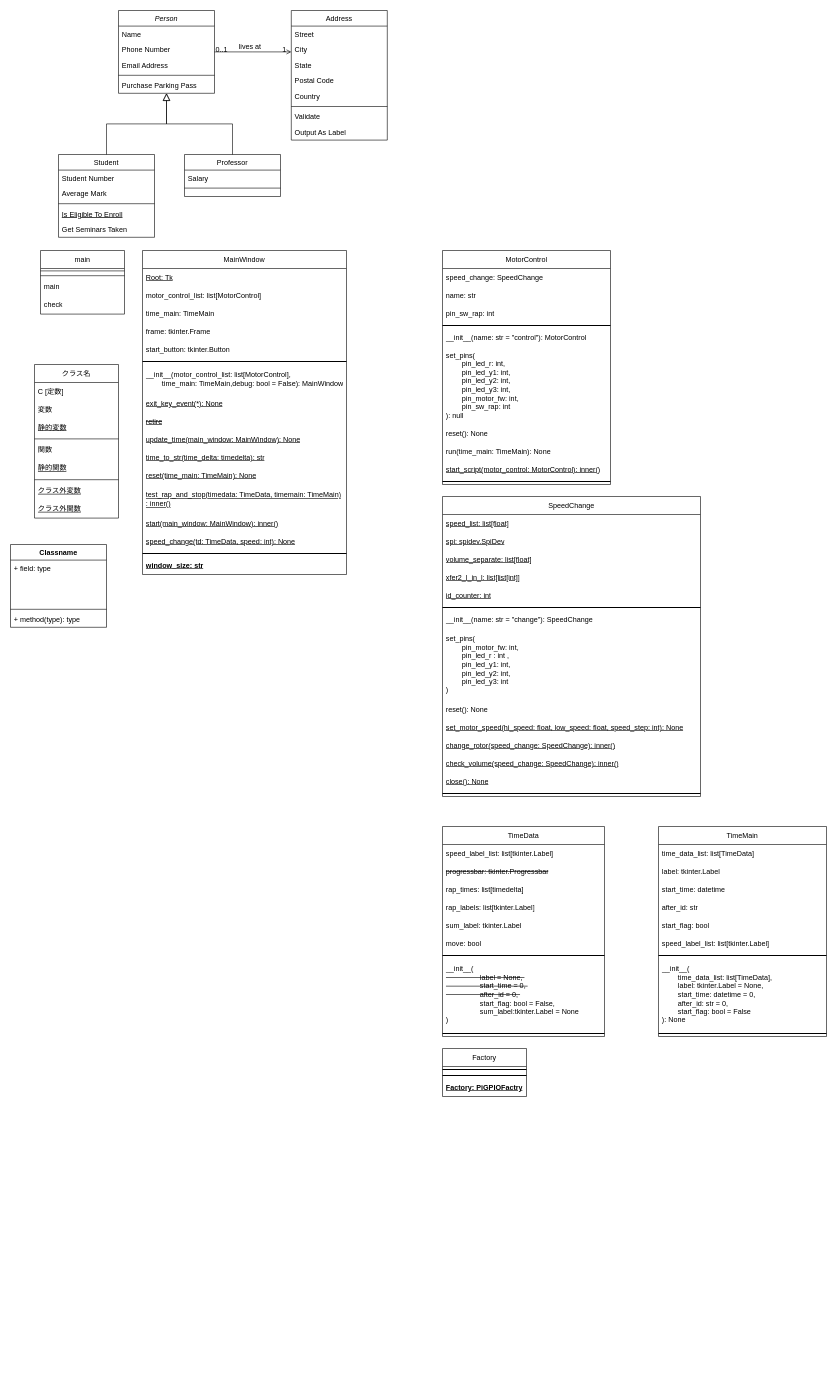
Saito40/motor-controller keeps this draw.io diagram as test.drawio. Above is the earlier version. Source tidied: cells renumbered, new cells numbered last; positions are measured from the earlier drawing's top-left corner, leaving out a move shared by most shapes. Both pictures are drawn from the tidied source at 60%, with x=0, y=0 at pixel (10, 10).
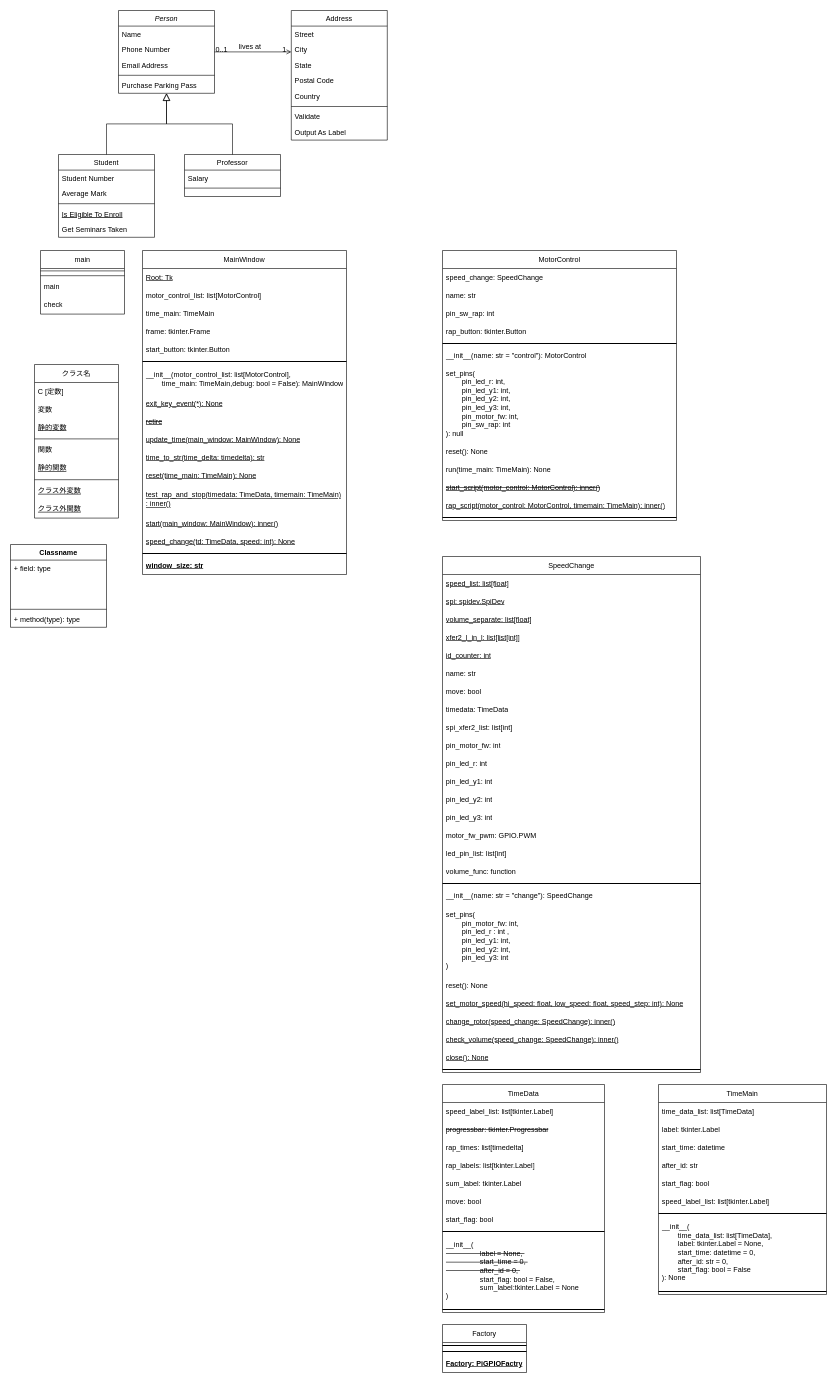
The same page after the edit.

Diff of the diagram source:
```diff
@@
     <mxCell id="55" value="MotorControl" style="swimlane;fontStyle=0;horizontal=1;startSize=30;whiteSpace=wrap;html=1;" parent="1" vertex="1">
-      <mxGeometry x="720" y="400" width="280" height="390" as="geometry" />
+      <mxGeometry x="720" y="400" width="390" height="450" as="geometry" />
     </mxCell>
     <mxCell id="56" value="speed_change: SpeedChange" style="text;strokeColor=none;fillColor=none;align=left;verticalAlign=middle;spacingLeft=4;spacingRight=4;overflow=hidden;whiteSpace=wrap;html=1;" parent="55" vertex="1">
-      <mxGeometry y="30" width="280" height="30" as="geometry" />
+      <mxGeometry y="30" width="390" height="30" as="geometry" />
     </mxCell>
     <mxCell id="57" value="name: str" style="text;strokeColor=none;fillColor=none;align=left;verticalAlign=middle;spacingLeft=4;spacingRight=4;overflow=hidden;whiteSpace=wrap;html=1;" parent="55" vertex="1">
-      <mxGeometry y="60" width="280" height="30" as="geometry" />
+      <mxGeometry y="60" width="390" height="30" as="geometry" />
     </mxCell>
     <mxCell id="58" value="pin_sw_rap: int" style="text;strokeColor=none;fillColor=none;align=left;verticalAlign=middle;spacingLeft=4;spacingRight=4;overflow=hidden;whiteSpace=wrap;html=1;" parent="55" vertex="1">
-      <mxGeometry y="90" width="280" height="30" as="geometry" />
+      <mxGeometry y="90" width="390" height="30" as="geometry" />
     </mxCell>
+    <mxCell id="121" value="rap_button: tkinter.Button" style="text;strokeColor=none;fillColor=none;align=left;verticalAlign=middle;spacingLeft=4;spacingRight=4;overflow=hidden;whiteSpace=wrap;html=1;" parent="55" vertex="1">
+      <mxGeometry y="120" width="390" height="30" as="geometry" />
+    </mxCell>
     <mxCell id="59" style="line;strokeWidth=2;html=1;" parent="55" vertex="1">
-      <mxGeometry y="120" width="280" height="10" as="geometry" />
+      <mxGeometry y="150" width="390" height="10" as="geometry" />
     </mxCell>
     <mxCell id="60" value="__init__(name: str = &quot;control&quot;): MotorControl" style="text;strokeColor=none;fillColor=none;align=left;verticalAlign=middle;spacingLeft=4;spacingRight=4;overflow=hidden;whiteSpace=wrap;html=1;" parent="55" vertex="1">
-      <mxGeometry y="130" width="280" height="30" as="geometry" />
+      <mxGeometry y="160" width="390" height="30" as="geometry" />
     </mxCell>
     <mxCell id="61" value="set_pins(&lt;br&gt;&lt;span style=&quot;white-space: pre;&quot;&gt;&#9;&lt;/span&gt;pin_led_r: int,&lt;br&gt;&lt;span style=&quot;white-space: pre;&quot;&gt;&#9;&lt;/span&gt;pin_led_y1: int,&lt;br&gt;&lt;span style=&quot;white-space: pre;&quot;&gt;&#9;&lt;/span&gt;pin_led_y2: int,&amp;nbsp;&lt;br&gt;&lt;span style=&quot;white-space: pre;&quot;&gt;&#9;&lt;/span&gt;pin_led_y3: int,&lt;br&gt;&lt;span style=&quot;white-space: pre;&quot;&gt;&#9;&lt;/span&gt;pin_motor_fw: int,&lt;br&gt;&lt;span style=&quot;white-space: pre;&quot;&gt;&#9;&lt;/span&gt;pin_sw_rap: int&lt;br&gt;): null" style="text;strokeColor=none;fillColor=none;align=left;verticalAlign=middle;spacingLeft=4;spacingRight=4;overflow=hidden;whiteSpace=wrap;html=1;" parent="55" vertex="1">
-      <mxGeometry y="160" width="280" height="130" as="geometry" />
+      <mxGeometry y="190" width="390" height="130" as="geometry" />
     </mxCell>
     <mxCell id="62" value="reset(): None" style="text;strokeColor=none;fillColor=none;align=left;verticalAlign=middle;spacingLeft=4;spacingRight=4;overflow=hidden;whiteSpace=wrap;html=1;" parent="55" vertex="1">
-      <mxGeometry y="290" width="280" height="30" as="geometry" />
+      <mxGeometry y="320" width="390" height="30" as="geometry" />
     </mxCell>
     <mxCell id="63" value="run(time_main: TimeMain): None" style="text;strokeColor=none;fillColor=none;align=left;verticalAlign=middle;spacingLeft=4;spacingRight=4;overflow=hidden;whiteSpace=wrap;html=1;" parent="55" vertex="1">
-      <mxGeometry y="320" width="280" height="30" as="geometry" />
+      <mxGeometry y="350" width="390" height="30" as="geometry" />
     </mxCell>
-    <mxCell id="64" value="start_script(motor_control: MotorControl): inner()" style="text;strokeColor=none;fillColor=none;align=left;verticalAlign=middle;spacingLeft=4;spacingRight=4;overflow=hidden;whiteSpace=wrap;html=1;fontStyle=4;" parent="55" vertex="1">
-      <mxGeometry y="350" width="280" height="30" as="geometry" />
+    <mxCell id="64" value="&lt;strike&gt;start_script(motor_control: MotorControl): inner()&lt;/strike&gt;" style="text;strokeColor=none;fillColor=none;align=left;verticalAlign=middle;spacingLeft=4;spacingRight=4;overflow=hidden;whiteSpace=wrap;html=1;fontStyle=4;" parent="55" vertex="1">
+      <mxGeometry y="380" width="390" height="30" as="geometry" />
     </mxCell>
+    <mxCell id="122" value="rap_script(motor_control: MotorControl, timemain: TimeMain): inner()" style="text;strokeColor=none;fillColor=none;align=left;verticalAlign=middle;spacingLeft=4;spacingRight=4;overflow=hidden;whiteSpace=wrap;html=1;fontStyle=4;" parent="55" vertex="1">
+      <mxGeometry y="410" width="390" height="30" as="geometry" />
+    </mxCell>
     <mxCell id="65" style="line;strokeWidth=2;html=1;" parent="55" vertex="1">
-      <mxGeometry y="380" width="280" height="10" as="geometry" />
+      <mxGeometry y="440" width="390" height="10" as="geometry" />
     </mxCell>
     <mxCell id="66" value="SpeedChange" style="swimlane;fontStyle=0;horizontal=1;startSize=30;whiteSpace=wrap;html=1;" parent="1" vertex="1">
-      <mxGeometry x="720" y="810" width="430" height="500" as="geometry" />
+      <mxGeometry x="720" y="910" width="430" height="860" as="geometry" />
     </mxCell>
@@
+    <mxCell id="123" value="name: str" style="text;strokeColor=none;fillColor=none;align=left;verticalAlign=middle;spacingLeft=4;spacingRight=4;overflow=hidden;whiteSpace=wrap;html=1;fontStyle=0;" parent="66" vertex="1">
+      <mxGeometry y="180" width="430" height="30" as="geometry" />
+    </mxCell>
+    <mxCell id="124" value="move: bool" style="text;strokeColor=none;fillColor=none;align=left;verticalAlign=middle;spacingLeft=4;spacingRight=4;overflow=hidden;whiteSpace=wrap;html=1;fontStyle=0;" parent="66" vertex="1">
+      <mxGeometry y="210" width="430" height="30" as="geometry" />
+    </mxCell>
+    <mxCell id="125" value="timedata: TimeData" style="text;strokeColor=none;fillColor=none;align=left;verticalAlign=middle;spacingLeft=4;spacingRight=4;overflow=hidden;whiteSpace=wrap;html=1;fontStyle=0;" parent="66" vertex="1">
+      <mxGeometry y="240" width="430" height="30" as="geometry" />
+    </mxCell>
+    <mxCell id="126" value="spi_xfer2_list: list[int]" style="text;strokeColor=none;fillColor=none;align=left;verticalAlign=middle;spacingLeft=4;spacingRight=4;overflow=hidden;whiteSpace=wrap;html=1;fontStyle=0;" parent="66" vertex="1">
+      <mxGeometry y="270" width="430" height="30" as="geometry" />
+    </mxCell>
+    <mxCell id="127" value="pin_motor_fw: int" style="text;strokeColor=none;fillColor=none;align=left;verticalAlign=middle;spacingLeft=4;spacingRight=4;overflow=hidden;whiteSpace=wrap;html=1;fontStyle=0;" parent="66" vertex="1">
+      <mxGeometry y="300" width="430" height="30" as="geometry" />
+    </mxCell>
+    <mxCell id="128" value="pin_led_r: int" style="text;strokeColor=none;fillColor=none;align=left;verticalAlign=middle;spacingLeft=4;spacingRight=4;overflow=hidden;whiteSpace=wrap;html=1;fontStyle=0;" parent="66" vertex="1">
+      <mxGeometry y="330" width="430" height="30" as="geometry" />
+    </mxCell>
+    <mxCell id="129" value="pin_led_y1: int" style="text;strokeColor=none;fillColor=none;align=left;verticalAlign=middle;spacingLeft=4;spacingRight=4;overflow=hidden;whiteSpace=wrap;html=1;fontStyle=0;" parent="66" vertex="1">
+      <mxGeometry y="360" width="430" height="30" as="geometry" />
+    </mxCell>
+    <mxCell id="130" value="pin_led_y2: int" style="text;strokeColor=none;fillColor=none;align=left;verticalAlign=middle;spacingLeft=4;spacingRight=4;overflow=hidden;whiteSpace=wrap;html=1;fontStyle=0;" parent="66" vertex="1">
+      <mxGeometry y="390" width="430" height="30" as="geometry" />
+    </mxCell>
+    <mxCell id="131" value="pin_led_y3: int" style="text;strokeColor=none;fillColor=none;align=left;verticalAlign=middle;spacingLeft=4;spacingRight=4;overflow=hidden;whiteSpace=wrap;html=1;fontStyle=0;" parent="66" vertex="1">
+      <mxGeometry y="420" width="430" height="30" as="geometry" />
+    </mxCell>
+    <mxCell id="132" value="motor_fw_pwm: GPIO.PWM" style="text;strokeColor=none;fillColor=none;align=left;verticalAlign=middle;spacingLeft=4;spacingRight=4;overflow=hidden;whiteSpace=wrap;html=1;fontStyle=0;" parent="66" vertex="1">
+      <mxGeometry y="450" width="430" height="30" as="geometry" />
+    </mxCell>
+    <mxCell id="133" value="led_pin_list: list[int]" style="text;strokeColor=none;fillColor=none;align=left;verticalAlign=middle;spacingLeft=4;spacingRight=4;overflow=hidden;whiteSpace=wrap;html=1;fontStyle=0;" parent="66" vertex="1">
+      <mxGeometry y="480" width="430" height="30" as="geometry" />
+    </mxCell>
+    <mxCell id="134" value="volume_func: function" style="text;strokeColor=none;fillColor=none;align=left;verticalAlign=middle;spacingLeft=4;spacingRight=4;overflow=hidden;whiteSpace=wrap;html=1;fontStyle=0;" parent="66" vertex="1">
+      <mxGeometry y="510" width="430" height="30" as="geometry" />
+    </mxCell>
     <mxCell id="72" style="line;strokeWidth=2;html=1;" parent="66" vertex="1">
-      <mxGeometry y="180" width="430" height="10" as="geometry" />
+      <mxGeometry y="540" width="430" height="10" as="geometry" />
     </mxCell>
     <mxCell id="73" value="__init__(name: str = &quot;change&quot;): SpeedChange" style="text;strokeColor=none;fillColor=none;align=left;verticalAlign=middle;spacingLeft=4;spacingRight=4;overflow=hidden;whiteSpace=wrap;html=1;" parent="66" vertex="1">
-      <mxGeometry y="190" width="430" height="30" as="geometry" />
+      <mxGeometry y="550" width="430" height="30" as="geometry" />
     </mxCell>
     <mxCell id="74" value="set_pins(&lt;div&gt;&lt;span style=&quot;background-color: initial;&quot;&gt;&lt;span style=&quot;white-space: pre;&quot;&gt;&#9;&lt;/span&gt;pin_motor_fw: int,&lt;/span&gt;&lt;br&gt;&lt;/div&gt;&lt;div&gt;&amp;nbsp; &amp;nbsp; &amp;nbsp; &amp;nbsp; pin_led_r : int ,&lt;/div&gt;&lt;div&gt;&amp;nbsp; &amp;nbsp; &amp;nbsp; &amp;nbsp; pin_led_y1: int,&lt;/div&gt;&lt;div&gt;&amp;nbsp; &amp;nbsp; &amp;nbsp; &amp;nbsp; pin_led_y2: int,&lt;/div&gt;&amp;nbsp; &amp;nbsp; &amp;nbsp; &amp;nbsp; pin_led_y3: int&lt;br&gt;)" style="text;strokeColor=none;fillColor=none;align=left;verticalAlign=middle;spacingLeft=4;spacingRight=4;overflow=hidden;whiteSpace=wrap;html=1;" parent="66" vertex="1">
-      <mxGeometry y="220" width="430" height="120" as="geometry" />
+      <mxGeometry y="580" width="430" height="120" as="geometry" />
     </mxCell>
     <mxCell id="75" value="reset(): None" style="text;strokeColor=none;fillColor=none;align=left;verticalAlign=middle;spacingLeft=4;spacingRight=4;overflow=hidden;whiteSpace=wrap;html=1;" parent="66" vertex="1">
-      <mxGeometry y="340" width="430" height="30" as="geometry" />
+      <mxGeometry y="700" width="430" height="30" as="geometry" />
     </mxCell>
     <mxCell id="76" value="set_motor_speed(hi_speed: float, low_speed: float, speed_step: int): None" style="text;strokeColor=none;fillColor=none;align=left;verticalAlign=middle;spacingLeft=4;spacingRight=4;overflow=hidden;whiteSpace=wrap;html=1;fontStyle=4;" parent="66" vertex="1">
-      <mxGeometry y="370" width="430" height="30" as="geometry" />
+      <mxGeometry y="730" width="430" height="30" as="geometry" />
     </mxCell>
     <mxCell id="77" value="change_rotor(speed_change: SpeedChange): inner()" style="text;strokeColor=none;fillColor=none;align=left;verticalAlign=middle;spacingLeft=4;spacingRight=4;overflow=hidden;whiteSpace=wrap;html=1;fontStyle=4;" parent="66" vertex="1">
-      <mxGeometry y="400" width="430" height="30" as="geometry" />
+      <mxGeometry y="760" width="430" height="30" as="geometry" />
     </mxCell>
     <mxCell id="78" value="check_volume(speed_change: SpeedChange): inner()" style="text;strokeColor=none;fillColor=none;align=left;verticalAlign=middle;spacingLeft=4;spacingRight=4;overflow=hidden;whiteSpace=wrap;html=1;fontStyle=4;" parent="66" vertex="1">
-      <mxGeometry y="430" width="430" height="30" as="geometry" />
+      <mxGeometry y="790" width="430" height="30" as="geometry" />
     </mxCell>
     <mxCell id="79" value="close(): None" style="text;strokeColor=none;fillColor=none;align=left;verticalAlign=middle;spacingLeft=4;spacingRight=4;overflow=hidden;whiteSpace=wrap;html=1;fontStyle=4;" parent="66" vertex="1">
-      <mxGeometry y="460" width="430" height="30" as="geometry" />
+      <mxGeometry y="820" width="430" height="30" as="geometry" />
     </mxCell>
     <mxCell id="80" style="line;strokeWidth=2;html=1;" parent="66" vertex="1">
-      <mxGeometry y="490" width="430" height="10" as="geometry" />
+      <mxGeometry y="850" width="430" height="10" as="geometry" />
     </mxCell>
     <mxCell id="81" value="TimeData" style="swimlane;fontStyle=0;horizontal=1;startSize=30;whiteSpace=wrap;html=1;" parent="1" vertex="1">
-      <mxGeometry x="720" y="1360" width="270" height="350" as="geometry" />
+      <mxGeometry x="720" y="1790" width="270" height="380" as="geometry" />
     </mxCell>
@@
+    <mxCell id="135" value="start_flag: bool" style="text;strokeColor=none;fillColor=none;align=left;verticalAlign=middle;spacingLeft=4;spacingRight=4;overflow=hidden;whiteSpace=wrap;html=1;" parent="81" vertex="1">
+      <mxGeometry y="210" width="270" height="30" as="geometry" />
+    </mxCell>
     <mxCell id="88" style="line;strokeWidth=2;html=1;" parent="81" vertex="1">
-      <mxGeometry y="210" width="270" height="10" as="geometry" />
+      <mxGeometry y="240" width="270" height="10" as="geometry" />
     </mxCell>
     <mxCell id="89" value="__init__(&lt;br&gt;&lt;div&gt;&lt;strike&gt;&lt;span style=&quot;background-color: initial;&quot;&gt;&amp;nbsp; &amp;nbsp; &amp;nbsp; &amp;nbsp; &amp;nbsp; &amp;nbsp; &amp;nbsp; &amp;nbsp; &amp;nbsp;label = None,&amp;nbsp;&lt;/span&gt;&lt;br&gt;&lt;/strike&gt;&lt;/div&gt;&lt;div&gt;&lt;strike&gt;&amp;nbsp; &amp;nbsp; &amp;nbsp; &amp;nbsp; &amp;nbsp; &amp;nbsp; &amp;nbsp; &amp;nbsp; &amp;nbsp;start_time = 0,&amp;nbsp;&lt;/strike&gt;&lt;/div&gt;&lt;div&gt;&lt;strike&gt;&amp;nbsp; &amp;nbsp; &amp;nbsp; &amp;nbsp; &amp;nbsp; &amp;nbsp; &amp;nbsp; &amp;nbsp; &amp;nbsp;after_id = 0,&amp;nbsp;&lt;/strike&gt;&lt;/div&gt;&lt;div&gt;&amp;nbsp; &amp;nbsp; &amp;nbsp; &amp;nbsp; &amp;nbsp; &amp;nbsp; &amp;nbsp; &amp;nbsp; &amp;nbsp;start_flag: bool = False,&lt;/div&gt;&lt;div&gt;&amp;nbsp; &amp;nbsp; &amp;nbsp; &amp;nbsp; &amp;nbsp; &amp;nbsp; &amp;nbsp; &amp;nbsp; &amp;nbsp;sum_label:tkinter.Label = None&lt;/div&gt;)" style="text;strokeColor=none;fillColor=none;align=left;verticalAlign=middle;spacingLeft=4;spacingRight=4;overflow=hidden;whiteSpace=wrap;html=1;" parent="81" vertex="1">
-      <mxGeometry y="220" width="270" height="120" as="geometry" />
+      <mxGeometry y="250" width="270" height="120" as="geometry" />
     </mxCell>
     <mxCell id="90" style="line;strokeWidth=2;html=1;" parent="81" vertex="1">
-      <mxGeometry y="340" width="270" height="10" as="geometry" />
+      <mxGeometry y="370" width="270" height="10" as="geometry" />
     </mxCell>
     <mxCell id="91" value="Factory" style="swimlane;fontStyle=0;horizontal=1;startSize=30;whiteSpace=wrap;html=1;" parent="1" vertex="1">
-      <mxGeometry x="720" y="1730" width="140" height="80" as="geometry" />
+      <mxGeometry x="720" y="2190" width="140" height="80" as="geometry" />
     </mxCell>
@@
     <mxCell id="95" value="TimeMain" style="swimlane;fontStyle=0;horizontal=1;startSize=30;whiteSpace=wrap;html=1;" parent="1" vertex="1">
-      <mxGeometry x="1080" y="1360" width="280" height="350" as="geometry" />
+      <mxGeometry x="1080" y="1790" width="280" height="350" as="geometry" />
     </mxCell>
```
